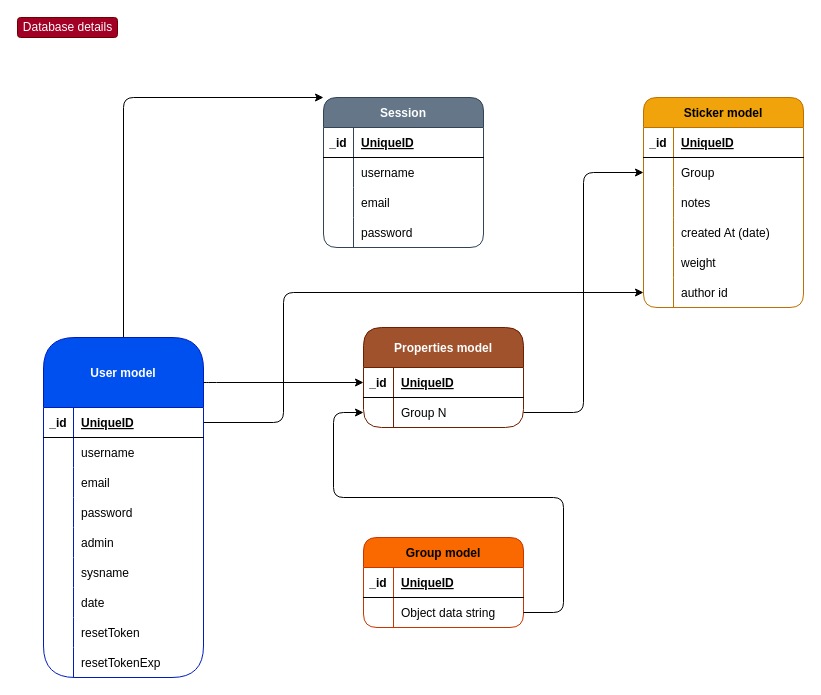
Above: page "Database details" (2 of 2) of Untitled Diagram.drawio in mihnevich1989/drawio-diagramms (draw.io), before the change. Source tidied: cells renumbered, new cells numbered last; positions are measured from the earlier drawing's top-left corner, leaving out a move shared by most shapes. Both pictures are drawn from the tidied source at 100%, with x=0, y=0 at pixel (17, 17).
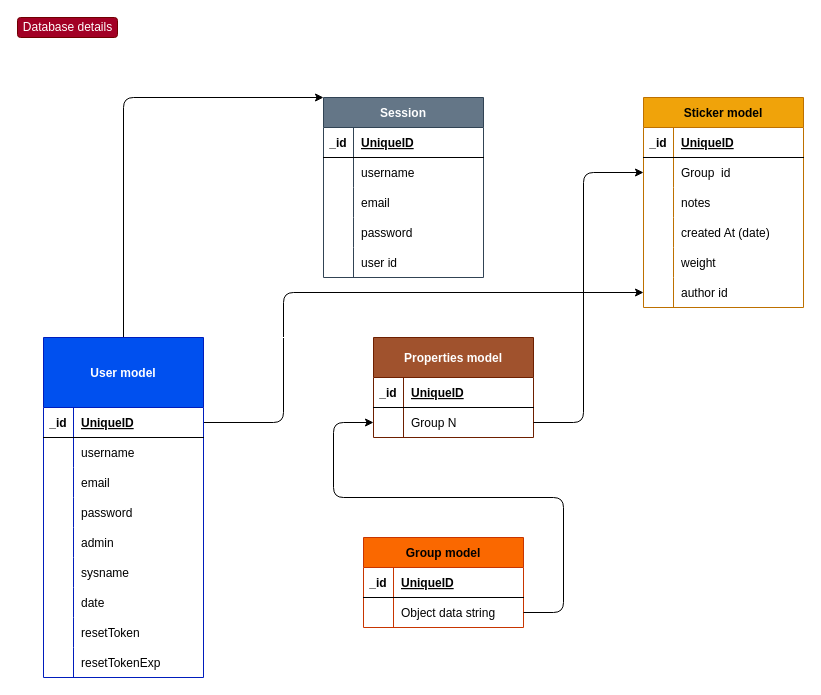
Above is the later version.

Unchanged cells that the change refers to:
```xml
<mxCell id="36" style="shape=tableRow;horizontal=0;startSize=0;swimlaneHead=0;swimlaneBody=0;fillColor=none;points=[[0,0.5],[1,0.5]];portConstraint=eastwest;top=0;left=0;right=0;bottom=0;rounded=1;" parent="32" vertex="1">
  <mxGeometry y="60" width="160" height="30" as="geometry" />
</mxCell>
<mxCell id="53" style="shape=tableRow;horizontal=0;startSize=0;swimlaneHead=0;swimlaneBody=0;fillColor=none;points=[[0,0.5],[1,0.5]];portConstraint=eastwest;top=0;left=0;right=0;bottom=1;rounded=1;" parent="52" vertex="1">
  <mxGeometry y="40" width="160" height="30" as="geometry" />
</mxCell>
<mxCell id="56" style="shape=tableRow;horizontal=0;startSize=0;swimlaneHead=0;swimlaneBody=0;fillColor=none;points=[[0,0.5],[1,0.5]];portConstraint=eastwest;top=0;left=0;right=0;bottom=0;rounded=1;" parent="52" vertex="1">
  <mxGeometry y="70" width="160" height="30" as="geometry" />
</mxCell>
<mxCell id="76" style="shape=tableRow;horizontal=0;startSize=0;swimlaneHead=0;swimlaneBody=0;fillColor=none;points=[[0,0.5],[1,0.5]];portConstraint=eastwest;top=0;left=0;right=0;bottom=0;rounded=1;" parent="72" vertex="1">
  <mxGeometry y="60" width="160" height="30" as="geometry" />
</mxCell>
```

Diff of the diagram source:
```diff
@@
+    <mxCell id="82" style="edgeStyle=orthogonalEdgeStyle;rounded=1;jettySize=auto;html=1;exitX=1;exitY=0;exitDx=0;exitDy=0;entryX=0;entryY=0;entryDx=0;entryDy=0;labelBackgroundColor=default;fontSize=12;fontColor=#FFFFFF;startArrow=none;startFill=0;endArrow=classic;endFill=1;strokeColor=#FFFFFF;strokeWidth=1;" parent="1" edge="1" source="4" target="52">
+      <mxGeometry relative="1" as="geometry">
+        <Array as="points">
+          <mxPoint x="346" y="320" />
+          <mxPoint x="346" y="320" />
+        </Array>
+      </mxGeometry>
+    </mxCell>
-    <mxCell id="4" value="User model" style="shape=table;startSize=70;childLayout=tableLayout;rowLines=0;fontStyle=1;align=center;fillColor=#0050ef;fontColor=#ffffff;strokeColor=#001DBC;gradientColor=none;swimlaneFillColor=default;rounded=1;" parent="1" vertex="1">
+    <mxCell id="4" value="User model" style="shape=table;startSize=70;childLayout=tableLayout;rowLines=0;fontStyle=1;align=center;fillColor=#0050ef;fontColor=#ffffff;strokeColor=#001DBC;gradientColor=none;swimlaneFillColor=default;rounded=0;" parent="1" vertex="1">
       <mxGeometry x="26" y="320" width="160" height="340" as="geometry" />
     </mxCell>
@@
-    <mxCell id="32" value="Sticker model" style="shape=table;startSize=30;childLayout=tableLayout;rowLines=0;fontStyle=1;align=center;swimlaneFillColor=default;fillColor=#f0a30a;strokeColor=#BD7000;fontColor=#000000;rounded=1;" parent="1" vertex="1">
+    <mxCell id="32" value="Sticker model" style="shape=table;startSize=30;childLayout=tableLayout;rowLines=0;fontStyle=1;align=center;swimlaneFillColor=default;fillColor=#f0a30a;strokeColor=#BD7000;fontColor=#000000;rounded=0;" parent="1" vertex="1">
       <mxGeometry x="626" y="80" width="160" height="210" as="geometry" />
     </mxCell>
@@
-    <mxCell id="38" value="Group" style="shape=partialRectangle;fillColor=none;top=0;left=0;bottom=0;right=0;align=left;spacingLeft=6;overflow=hidden;rounded=1;" parent="36" vertex="1">
+    <mxCell id="38" value="Group  id" style="shape=partialRectangle;fillColor=none;top=0;left=0;bottom=0;right=0;align=left;spacingLeft=6;overflow=hidden;rounded=1;" parent="36" vertex="1">
       <mxGeometry x="30" width="130" height="30" as="geometry" />
     </mxCell>
@@
-    <mxCell id="52" value="Properties model" style="shape=table;startSize=40;childLayout=tableLayout;rowLines=0;fontStyle=1;align=center;swimlaneFillColor=default;fillColor=#a0522d;fontColor=#ffffff;strokeColor=#6D1F00;rounded=1;" parent="1" vertex="1">
-      <mxGeometry x="346" y="310" width="160" height="100" as="geometry" />
+    <mxCell id="52" value="Properties model" style="shape=table;startSize=40;childLayout=tableLayout;rowLines=0;fontStyle=1;align=center;swimlaneFillColor=default;fillColor=#a0522d;fontColor=#ffffff;strokeColor=#6D1F00;rounded=0;" parent="1" vertex="1">
+      <mxGeometry x="356" y="320" width="160" height="100" as="geometry" />
     </mxCell>
@@
-    <mxCell id="59" value="Session" style="shape=table;startSize=30;childLayout=tableLayout;rowLines=0;fontStyle=1;align=center;swimlaneFillColor=default;fillColor=#647687;fontColor=#ffffff;strokeColor=#314354;rounded=1;" parent="1" vertex="1">
-      <mxGeometry x="306" y="80" width="160" height="150" as="geometry" />
+    <mxCell id="59" value="Session" style="shape=table;startSize=30;childLayout=tableLayout;rowLines=0;fontStyle=1;align=center;swimlaneFillColor=default;fillColor=#647687;fontColor=#ffffff;strokeColor=#314354;rounded=0;" parent="1" vertex="1">
+      <mxGeometry x="306" y="80" width="160" height="180" as="geometry" />
     </mxCell>
@@
+    <mxCell id="83" style="shape=tableRow;horizontal=0;startSize=0;swimlaneHead=0;swimlaneBody=0;fillColor=none;top=0;left=0;right=0;bottom=0;rounded=1;" parent="59" vertex="1">
+      <mxGeometry y="150" width="160" height="30" as="geometry" />
+    </mxCell>
+    <mxCell id="84" style="shape=partialRectangle;fillColor=none;top=0;left=0;bottom=0;right=0;overflow=hidden;rounded=1;" parent="83" vertex="1">
+      <mxGeometry width="30" height="30" as="geometry" />
+    </mxCell>
+    <mxCell id="85" value="user id" style="shape=partialRectangle;fillColor=none;top=0;left=0;bottom=0;right=0;align=left;spacingLeft=6;overflow=hidden;rounded=1;" parent="83" vertex="1">
+      <mxGeometry x="30" width="130" height="30" as="geometry" />
+    </mxCell>
-    <mxCell id="72" value="Group model" style="shape=table;startSize=30;childLayout=tableLayout;rowLines=0;fontStyle=1;align=center;swimlaneFillColor=default;fillColor=#fa6800;fontColor=#000000;strokeColor=#C73500;rounded=1;" parent="1" vertex="1">
+    <mxCell id="72" value="Group model" style="shape=table;startSize=30;childLayout=tableLayout;rowLines=0;fontStyle=1;align=center;swimlaneFillColor=default;fillColor=#fa6800;fontColor=#000000;strokeColor=#C73500;rounded=0;" parent="1" vertex="1">
       <mxGeometry x="346" y="520" width="160" height="90" as="geometry" />
     </mxCell>
@@
     <mxCell id="79" style="edgeStyle=orthogonalEdgeStyle;rounded=1;jettySize=auto;html=1;exitX=1;exitY=0.5;exitDx=0;exitDy=0;entryX=0;entryY=0.5;entryDx=0;entryDy=0;" parent="1" edge="1" source="56" target="36">
       <mxGeometry relative="1" as="geometry">
         <Array as="points">
-          <mxPoint x="566" y="395" />
+          <mxPoint x="566" y="405" />
           <mxPoint x="566" y="155" />
         </Array>
       </mxGeometry>
     </mxCell>
     <mxCell id="80" style="edgeStyle=orthogonalEdgeStyle;rounded=1;jettySize=auto;html=1;exitX=1;exitY=0.5;exitDx=0;exitDy=0;entryX=0;entryY=0.5;entryDx=0;entryDy=0;" parent="1" edge="1" source="76" target="56">
       <mxGeometry relative="1" as="geometry">
         <Array as="points">
           <mxPoint x="546" y="595" />
           <mxPoint x="546" y="480" />
           <mxPoint x="316" y="480" />
-          <mxPoint x="316" y="395" />
+          <mxPoint x="316" y="405" />
         </Array>
       </mxGeometry>
     </mxCell>
-    <mxCell id="81" style="edgeStyle=orthogonalEdgeStyle;rounded=1;jettySize=auto;html=1;entryX=0;entryY=0.5;entryDx=0;entryDy=0;" parent="1" edge="1" target="53">
-      <mxGeometry relative="1" as="geometry">
-        <mxPoint x="186" y="365" as="sourcePoint" />
-        <Array as="points">
-          <mxPoint x="189" y="365" />
-        </Array>
-      </mxGeometry>
-    </mxCell>
```
